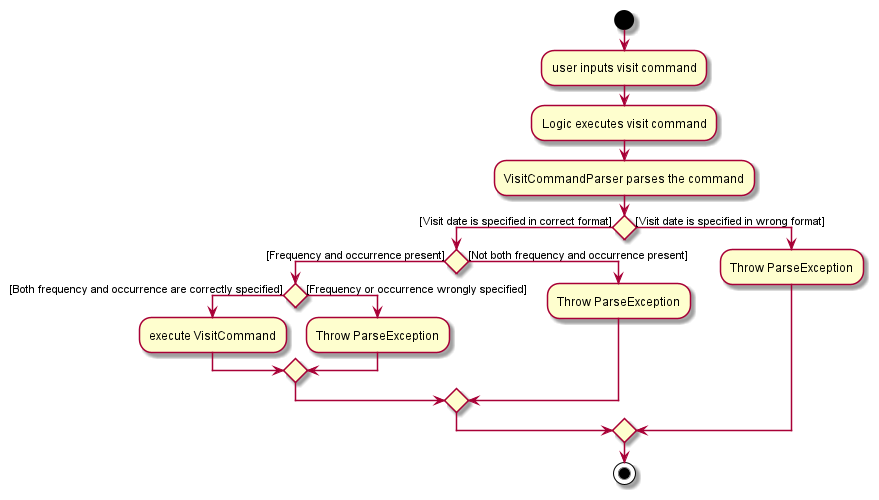
The PlantUML diagram docs/images/VisitCommandActivityDiagram.png in nus-cs2103-AY2122S1/tp, before a commit.
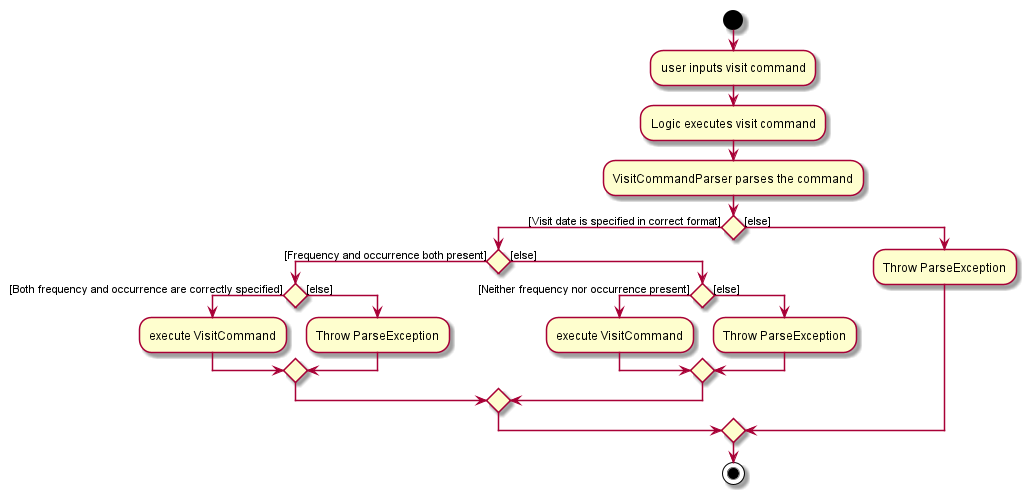
After the change.

Change to the diagram source:
```diff
@@ -5,18 +5,22 @@
 :VisitCommandParser parses the command;
 
 if () then ([Visit date is specified in correct format])
-    if() then ([Frequency and occurrence present])
+    if() then ([Frequency and occurrence both present])
         if() then ([Both frequency and occurrence are correctly specified])
             :execute VisitCommand;
-        else ([Frequency or occurrence wrongly specified])
+        else ([else])
             :Throw ParseException;
         endif
 
-    else ([Not both frequency and occurrence present])
-        :Throw ParseException;
+    else ([else])
+        if() then ([Neither frequency nor occurrence present])
+            :execute VisitCommand;
+        else ([else])
+            :Throw ParseException;
+        endif
     endif
 
-else ([Visit date is specified in wrong format])
+else ([else])
     :Throw ParseException;
 
 endif
```
